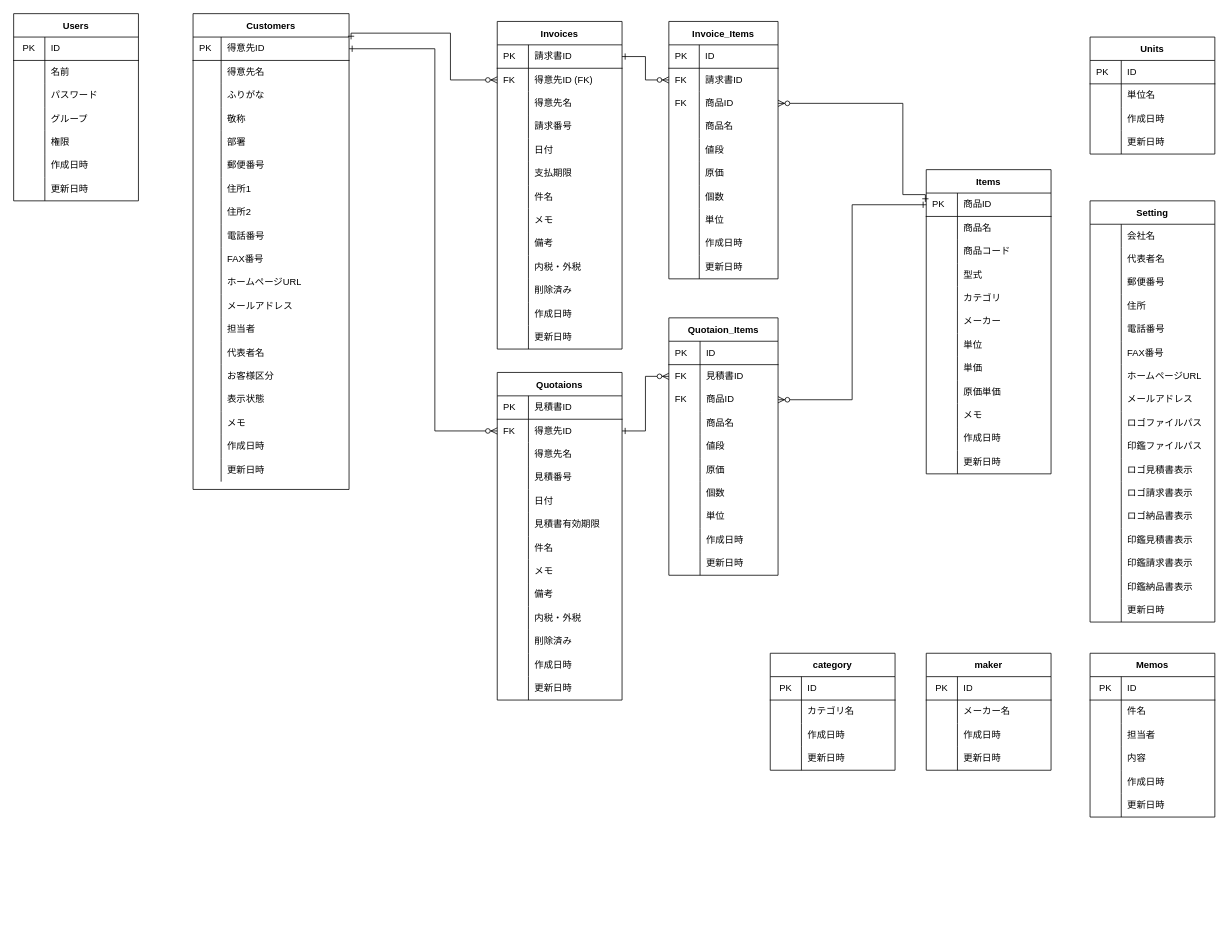
The draw.io diagram soho_er.dio in gamasenninn/caddie-clone, before the edit. Source tidied: cells renumbered, new cells numbered last; positions are measured from the earlier drawing's top-left corner, leaving out a move shared by most shapes. Both pictures are drawn from the tidied source at 78%, with x=0, y=0 at pixel (13, 13).
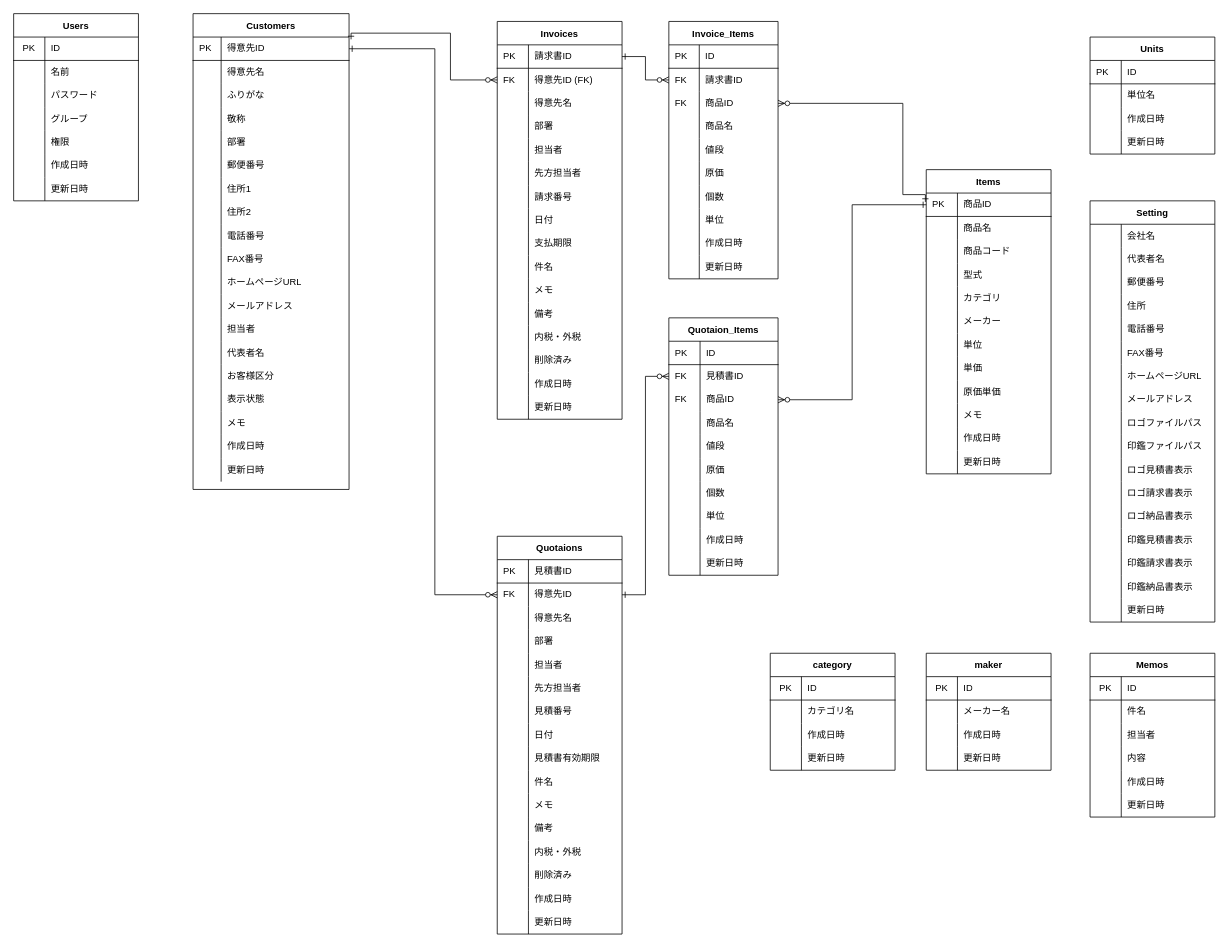
After the change.

Unchanged cells that the change refers to:
```xml
<mxCell id="3" style="shape=partialRectangle;html=1;whiteSpace=wrap;fillColor=none;top=0;left=0;bottom=1;right=0;points=[[0,0.5],[1,0.5]];portConstraint=eastwest;" parent="2" vertex="1">
  <mxGeometry y="30" width="200" height="30" as="geometry" />
</mxCell>
<mxCell id="172" style="shape=partialRectangle;html=1;whiteSpace=wrap;fillColor=none;top=0;left=0;bottom=0;right=0;points=[[0,0.5],[1,0.5]];portConstraint=eastwest;" parent="168" vertex="1">
  <mxGeometry y="60" width="160" height="30" as="geometry" />
</mxCell>
```

The edit, as a diff of the source:
```diff
@@
     <mxCell id="97" value="Invoices" style="shape=table;startSize=30;childLayout=tableLayout;rowLines=0;fontStyle=1;align=center;" parent="1" vertex="1">
-      <mxGeometry x="620" y="10" width="160" height="420" as="geometry" />
+      <mxGeometry x="620" y="10" width="160" height="510" as="geometry" />
     </mxCell>
@@
+    <mxCell id="377" style="shape=partialRectangle;html=1;whiteSpace=wrap;fillColor=none;top=0;left=0;bottom=0;right=0;" parent="97" vertex="1">
+      <mxGeometry y="120" width="160" height="30" as="geometry" />
+    </mxCell>
+    <mxCell id="378" style="shape=partialRectangle;html=1;whiteSpace=wrap;fillColor=none;top=0;left=0;bottom=0;right=0;align=left;spacingLeft=6;overflow=hidden;" parent="377" vertex="1">
+      <mxGeometry width="40" height="30" as="geometry" />
+    </mxCell>
+    <mxCell id="379" value="部署" style="shape=partialRectangle;html=1;whiteSpace=wrap;fillColor=none;top=0;left=0;bottom=0;right=0;align=left;spacingLeft=6;overflow=hidden;" parent="377" vertex="1">
+      <mxGeometry x="40" width="120" height="30" as="geometry" />
+    </mxCell>
+    <mxCell id="380" style="shape=partialRectangle;html=1;whiteSpace=wrap;fillColor=none;top=0;left=0;bottom=0;right=0;" parent="97" vertex="1">
+      <mxGeometry y="150" width="160" height="30" as="geometry" />
+    </mxCell>
+    <mxCell id="381" style="shape=partialRectangle;html=1;whiteSpace=wrap;fillColor=none;top=0;left=0;bottom=0;right=0;align=left;spacingLeft=6;overflow=hidden;" parent="380" vertex="1">
+      <mxGeometry width="40" height="30" as="geometry" />
+    </mxCell>
+    <mxCell id="382" value="担当者" style="shape=partialRectangle;html=1;whiteSpace=wrap;fillColor=none;top=0;left=0;bottom=0;right=0;align=left;spacingLeft=6;overflow=hidden;" parent="380" vertex="1">
+      <mxGeometry x="40" width="120" height="30" as="geometry" />
+    </mxCell>
+    <mxCell id="383" style="shape=partialRectangle;html=1;whiteSpace=wrap;fillColor=none;top=0;left=0;bottom=0;right=0;" parent="97" vertex="1">
+      <mxGeometry y="180" width="160" height="30" as="geometry" />
+    </mxCell>
+    <mxCell id="384" style="shape=partialRectangle;html=1;whiteSpace=wrap;fillColor=none;top=0;left=0;bottom=0;right=0;align=left;spacingLeft=6;overflow=hidden;" parent="383" vertex="1">
+      <mxGeometry width="40" height="30" as="geometry" />
+    </mxCell>
+    <mxCell id="385" value="先方担当者" style="shape=partialRectangle;html=1;whiteSpace=wrap;fillColor=none;top=0;left=0;bottom=0;right=0;align=left;spacingLeft=6;overflow=hidden;" parent="383" vertex="1">
+      <mxGeometry x="40" width="120" height="30" as="geometry" />
+    </mxCell>
     <mxCell id="107" style="shape=partialRectangle;html=1;whiteSpace=wrap;fillColor=none;top=0;left=0;bottom=0;right=0;" parent="97" vertex="1">
-      <mxGeometry y="120" width="160" height="30" as="geometry" />
+      <mxGeometry y="210" width="160" height="30" as="geometry" />
     </mxCell>
@@
     <mxCell id="110" style="shape=partialRectangle;html=1;whiteSpace=wrap;fillColor=none;top=0;left=0;bottom=0;right=0;" parent="97" vertex="1">
-      <mxGeometry y="150" width="160" height="30" as="geometry" />
+      <mxGeometry y="240" width="160" height="30" as="geometry" />
     </mxCell>
@@
     <mxCell id="113" style="shape=partialRectangle;html=1;whiteSpace=wrap;fillColor=none;top=0;left=0;bottom=0;right=0;" parent="97" vertex="1">
-      <mxGeometry y="180" width="160" height="30" as="geometry" />
+      <mxGeometry y="270" width="160" height="30" as="geometry" />
     </mxCell>
@@
     <mxCell id="116" style="shape=partialRectangle;html=1;whiteSpace=wrap;fillColor=none;top=0;left=0;bottom=0;right=0;" parent="97" vertex="1">
-      <mxGeometry y="210" width="160" height="30" as="geometry" />
+      <mxGeometry y="300" width="160" height="30" as="geometry" />
     </mxCell>
@@
     <mxCell id="119" style="shape=partialRectangle;html=1;whiteSpace=wrap;fillColor=none;top=0;left=0;bottom=0;right=0;" parent="97" vertex="1">
-      <mxGeometry y="240" width="160" height="30" as="geometry" />
+      <mxGeometry y="330" width="160" height="30" as="geometry" />
     </mxCell>
@@
     <mxCell id="122" style="shape=partialRectangle;html=1;whiteSpace=wrap;fillColor=none;top=0;left=0;bottom=0;right=0;" parent="97" vertex="1">
-      <mxGeometry y="270" width="160" height="30" as="geometry" />
+      <mxGeometry y="360" width="160" height="30" as="geometry" />
     </mxCell>
@@
     <mxCell id="125" style="shape=partialRectangle;html=1;whiteSpace=wrap;fillColor=none;top=0;left=0;bottom=0;right=0;" parent="97" vertex="1">
-      <mxGeometry y="300" width="160" height="30" as="geometry" />
+      <mxGeometry y="390" width="160" height="30" as="geometry" />
     </mxCell>
@@
     <mxCell id="128" style="shape=partialRectangle;html=1;whiteSpace=wrap;fillColor=none;top=0;left=0;bottom=0;right=0;" parent="97" vertex="1">
-      <mxGeometry y="330" width="160" height="30" as="geometry" />
+      <mxGeometry y="420" width="160" height="30" as="geometry" />
     </mxCell>
@@
     <mxCell id="131" style="shape=partialRectangle;html=1;whiteSpace=wrap;fillColor=none;top=0;left=0;bottom=0;right=0;" parent="97" vertex="1">
-      <mxGeometry y="360" width="160" height="30" as="geometry" />
+      <mxGeometry y="450" width="160" height="30" as="geometry" />
     </mxCell>
@@
     <mxCell id="134" style="shape=partialRectangle;html=1;whiteSpace=wrap;fillColor=none;top=0;left=0;bottom=0;right=0;" parent="97" vertex="1">
-      <mxGeometry y="390" width="160" height="30" as="geometry" />
+      <mxGeometry y="480" width="160" height="30" as="geometry" />
     </mxCell>
@@
     <mxCell id="168" value="Quotaions" style="shape=table;startSize=30;childLayout=tableLayout;rowLines=0;fontStyle=1;align=center;" parent="1" vertex="1">
-      <mxGeometry x="620" y="460" width="160" height="420" as="geometry" />
+      <mxGeometry x="620" y="670" width="160" height="510" as="geometry" />
     </mxCell>
@@
+    <mxCell id="386" style="shape=partialRectangle;html=1;whiteSpace=wrap;fillColor=none;top=0;left=0;bottom=0;right=0;" parent="168" vertex="1">
+      <mxGeometry y="120" width="160" height="30" as="geometry" />
+    </mxCell>
+    <mxCell id="387" style="shape=partialRectangle;html=1;whiteSpace=wrap;fillColor=none;top=0;left=0;bottom=0;right=0;align=left;spacingLeft=6;overflow=hidden;" parent="386" vertex="1">
+      <mxGeometry width="40" height="30" as="geometry" />
+    </mxCell>
+    <mxCell id="388" value="部署" style="shape=partialRectangle;html=1;whiteSpace=wrap;fillColor=none;top=0;left=0;bottom=0;right=0;align=left;spacingLeft=6;overflow=hidden;" parent="386" vertex="1">
+      <mxGeometry x="40" width="120" height="30" as="geometry" />
+    </mxCell>
+    <mxCell id="389" style="shape=partialRectangle;html=1;whiteSpace=wrap;fillColor=none;top=0;left=0;bottom=0;right=0;" parent="168" vertex="1">
+      <mxGeometry y="150" width="160" height="30" as="geometry" />
+    </mxCell>
+    <mxCell id="390" style="shape=partialRectangle;html=1;whiteSpace=wrap;fillColor=none;top=0;left=0;bottom=0;right=0;align=left;spacingLeft=6;overflow=hidden;" parent="389" vertex="1">
+      <mxGeometry width="40" height="30" as="geometry" />
+    </mxCell>
+    <mxCell id="391" value="担当者" style="shape=partialRectangle;html=1;whiteSpace=wrap;fillColor=none;top=0;left=0;bottom=0;right=0;align=left;spacingLeft=6;overflow=hidden;" parent="389" vertex="1">
+      <mxGeometry x="40" width="120" height="30" as="geometry" />
+    </mxCell>
+    <mxCell id="392" style="shape=partialRectangle;html=1;whiteSpace=wrap;fillColor=none;top=0;left=0;bottom=0;right=0;" parent="168" vertex="1">
+      <mxGeometry y="180" width="160" height="30" as="geometry" />
+    </mxCell>
+    <mxCell id="393" style="shape=partialRectangle;html=1;whiteSpace=wrap;fillColor=none;top=0;left=0;bottom=0;right=0;align=left;spacingLeft=6;overflow=hidden;" parent="392" vertex="1">
+      <mxGeometry width="40" height="30" as="geometry" />
+    </mxCell>
+    <mxCell id="394" value="先方担当者" style="shape=partialRectangle;html=1;whiteSpace=wrap;fillColor=none;top=0;left=0;bottom=0;right=0;align=left;spacingLeft=6;overflow=hidden;" parent="392" vertex="1">
+      <mxGeometry x="40" width="120" height="30" as="geometry" />
+    </mxCell>
     <mxCell id="178" style="shape=partialRectangle;html=1;whiteSpace=wrap;fillColor=none;top=0;left=0;bottom=0;right=0;" parent="168" vertex="1">
-      <mxGeometry y="120" width="160" height="30" as="geometry" />
+      <mxGeometry y="210" width="160" height="30" as="geometry" />
     </mxCell>
@@
     <mxCell id="181" style="shape=partialRectangle;html=1;whiteSpace=wrap;fillColor=none;top=0;left=0;bottom=0;right=0;" parent="168" vertex="1">
-      <mxGeometry y="150" width="160" height="30" as="geometry" />
+      <mxGeometry y="240" width="160" height="30" as="geometry" />
     </mxCell>
@@
     <mxCell id="184" style="shape=partialRectangle;html=1;whiteSpace=wrap;fillColor=none;top=0;left=0;bottom=0;right=0;" parent="168" vertex="1">
-      <mxGeometry y="180" width="160" height="30" as="geometry" />
+      <mxGeometry y="270" width="160" height="30" as="geometry" />
     </mxCell>
@@
     <mxCell id="187" style="shape=partialRectangle;html=1;whiteSpace=wrap;fillColor=none;top=0;left=0;bottom=0;right=0;" parent="168" vertex="1">
-      <mxGeometry y="210" width="160" height="30" as="geometry" />
+      <mxGeometry y="300" width="160" height="30" as="geometry" />
     </mxCell>
@@
     <mxCell id="190" style="shape=partialRectangle;html=1;whiteSpace=wrap;fillColor=none;top=0;left=0;bottom=0;right=0;" parent="168" vertex="1">
-      <mxGeometry y="240" width="160" height="30" as="geometry" />
+      <mxGeometry y="330" width="160" height="30" as="geometry" />
     </mxCell>
@@
     <mxCell id="193" style="shape=partialRectangle;html=1;whiteSpace=wrap;fillColor=none;top=0;left=0;bottom=0;right=0;" parent="168" vertex="1">
-      <mxGeometry y="270" width="160" height="30" as="geometry" />
+      <mxGeometry y="360" width="160" height="30" as="geometry" />
     </mxCell>
@@
     <mxCell id="196" style="shape=partialRectangle;html=1;whiteSpace=wrap;fillColor=none;top=0;left=0;bottom=0;right=0;" parent="168" vertex="1">
-      <mxGeometry y="300" width="160" height="30" as="geometry" />
+      <mxGeometry y="390" width="160" height="30" as="geometry" />
     </mxCell>
@@
     <mxCell id="199" style="shape=partialRectangle;html=1;whiteSpace=wrap;fillColor=none;top=0;left=0;bottom=0;right=0;" parent="168" vertex="1">
-      <mxGeometry y="330" width="160" height="30" as="geometry" />
+      <mxGeometry y="420" width="160" height="30" as="geometry" />
     </mxCell>
@@
     <mxCell id="202" style="shape=partialRectangle;html=1;whiteSpace=wrap;fillColor=none;top=0;left=0;bottom=0;right=0;" parent="168" vertex="1">
-      <mxGeometry y="360" width="160" height="30" as="geometry" />
+      <mxGeometry y="450" width="160" height="30" as="geometry" />
     </mxCell>
@@
     <mxCell id="205" style="shape=partialRectangle;html=1;whiteSpace=wrap;fillColor=none;top=0;left=0;bottom=0;right=0;" parent="168" vertex="1">
-      <mxGeometry y="390" width="160" height="30" as="geometry" />
+      <mxGeometry y="480" width="160" height="30" as="geometry" />
     </mxCell>
@@
     <mxCell id="305" style="edgeStyle=orthogonalEdgeStyle;rounded=0;jettySize=auto;html=1;exitX=0;exitY=0.5;exitDx=0;exitDy=0;entryX=1;entryY=0.5;entryDx=0;entryDy=0;startArrow=ERzeroToMany;startFill=1;endArrow=ERone;endFill=0;" parent="1" edge="1" source="172" target="3">
       <mxGeometry relative="1" as="geometry">
         <Array as="points">
-          <mxPoint x="540" y="535" />
+          <mxPoint x="540" y="745" />
           <mxPoint x="540" y="45" />
         </Array>
       </mxGeometry>
     </mxCell>
```
